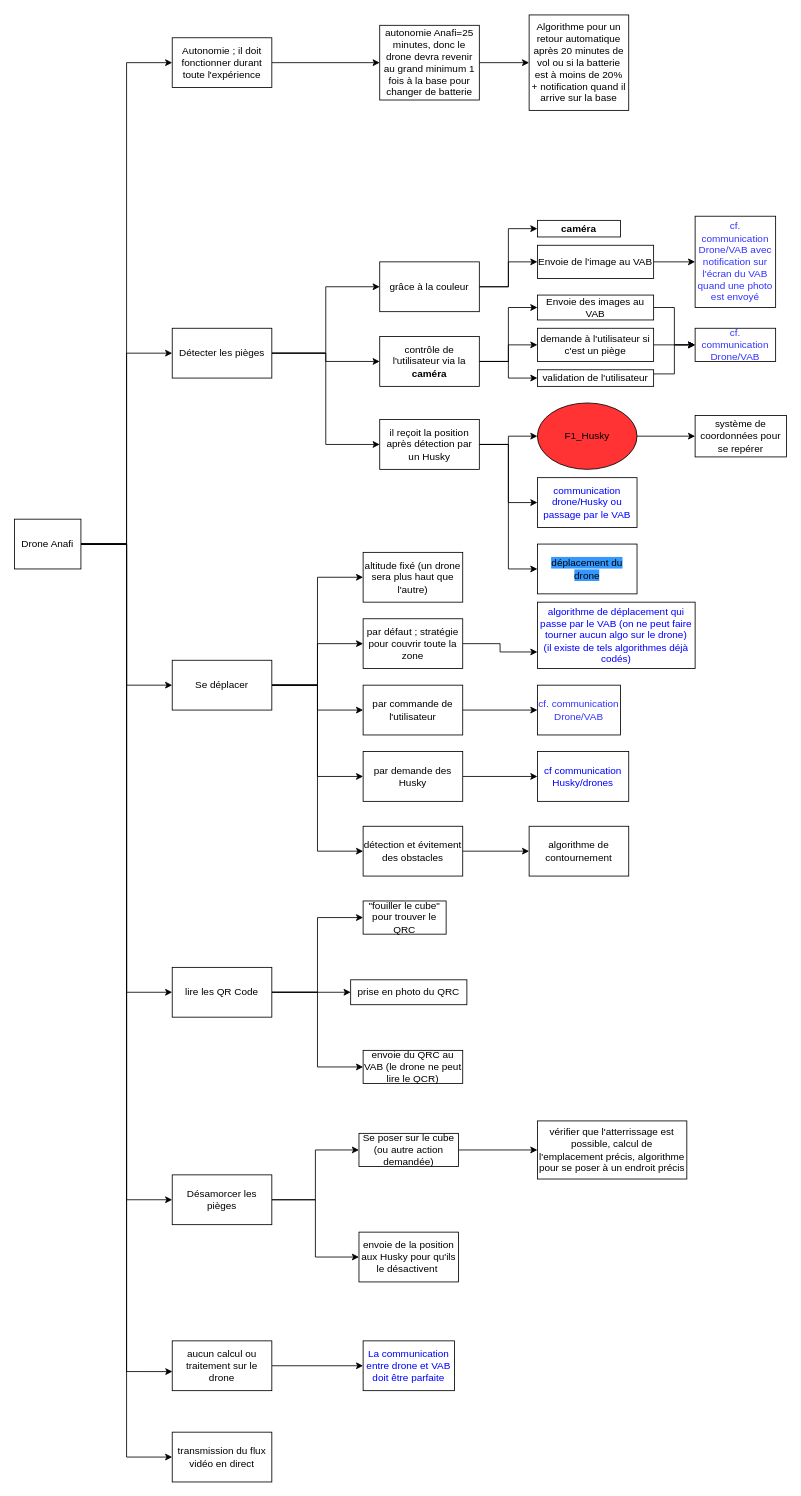
Above: Diagrammes/F42.drawio in annieliu52/CoHoMa (draw.io), before the change. Source tidied: cells renumbered, new cells numbered last; positions are measured from the earlier drawing's top-left corner, leaving out a move shared by most shapes. Both pictures are drawn from the tidied source at 83%, with x=0, y=0 at pixel (14, 14).
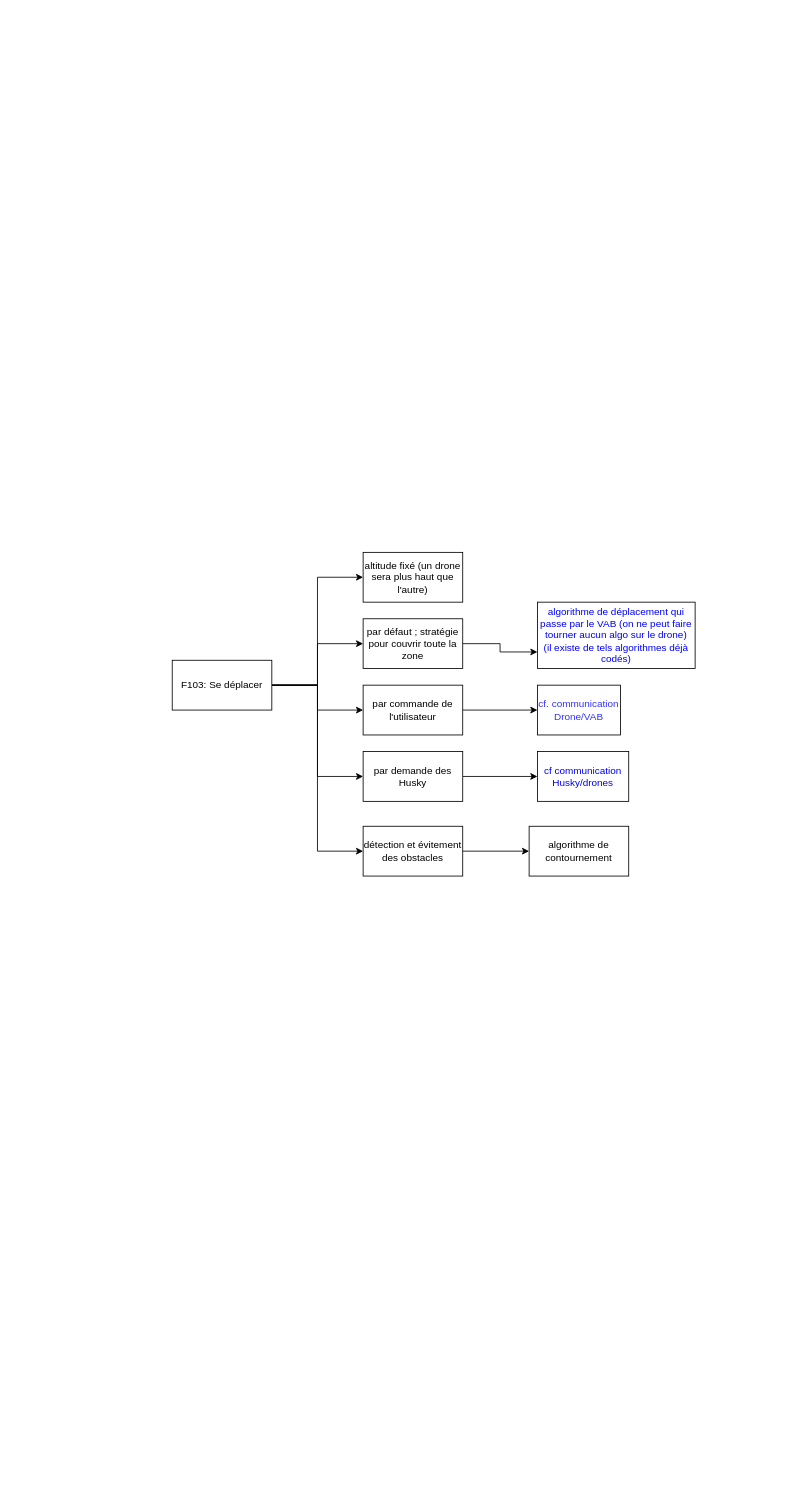
After the change.

Diff of the diagram source:
```diff
@@
-    <mxCell id="2" style="edgeStyle=orthogonalEdgeStyle;rounded=0;jettySize=auto;html=1;exitX=1;exitY=0.5;exitDx=0;exitDy=0;entryX=0;entryY=0.5;entryDx=0;entryDy=0;" parent="1" edge="1" source="5" target="27">
-      <mxGeometry relative="1" as="geometry" />
-    </mxCell>
-    <mxCell id="3" style="edgeStyle=orthogonalEdgeStyle;rounded=0;jettySize=auto;html=1;exitX=1;exitY=0.5;exitDx=0;exitDy=0;entryX=0;entryY=0.5;entryDx=0;entryDy=0;" parent="1" edge="1" source="5" target="31">
-      <mxGeometry relative="1" as="geometry" />
-    </mxCell>
-    <mxCell id="4" style="edgeStyle=orthogonalEdgeStyle;rounded=0;jettySize=auto;html=1;exitX=1;exitY=0.5;exitDx=0;exitDy=0;entryX=0;entryY=0.5;entryDx=0;entryDy=0;" parent="1" edge="1" source="5" target="35">
-      <mxGeometry relative="1" as="geometry" />
-    </mxCell>
-    <mxCell id="5" value="Détecter les pièges" style="rounded=0;whiteSpace=wrap;html=1;" parent="1" vertex="1">
-      <mxGeometry x="190" y="378" width="120" height="60" as="geometry" />
-    </mxCell>
@@
-    <mxCell id="11" value="Se déplacer" style="rounded=0;whiteSpace=wrap;html=1;" parent="1" vertex="1">
+    <mxCell id="11" value="F103: Se déplacer" style="rounded=0;whiteSpace=wrap;html=1;" parent="1" vertex="1">
       <mxGeometry x="190" y="778" width="120" height="60" as="geometry" />
     </mxCell>
-    <mxCell id="12" style="edgeStyle=orthogonalEdgeStyle;rounded=0;jettySize=auto;html=1;exitX=1;exitY=0.5;exitDx=0;exitDy=0;entryX=0;entryY=0.5;entryDx=0;entryDy=0;fontColor=#000000;" parent="1" edge="1" source="14" target="65">
-      <mxGeometry relative="1" as="geometry" />
-    </mxCell>
-    <mxCell id="13" style="edgeStyle=orthogonalEdgeStyle;rounded=0;jettySize=auto;html=1;exitX=1;exitY=0.5;exitDx=0;exitDy=0;entryX=0;entryY=0.5;entryDx=0;entryDy=0;fontColor=#000000;" parent="1" edge="1" source="14" target="67">
-      <mxGeometry relative="1" as="geometry" />
-    </mxCell>
-    <mxCell id="14" value="Désamorcer les pièges" style="rounded=0;whiteSpace=wrap;html=1;" parent="1" vertex="1">
-      <mxGeometry x="190" y="1398" width="120" height="60" as="geometry" />
-    </mxCell>
-    <mxCell id="15" style="edgeStyle=orthogonalEdgeStyle;rounded=0;jettySize=auto;html=1;exitX=1;exitY=0.5;exitDx=0;exitDy=0;entryX=0;entryY=0.5;entryDx=0;entryDy=0;fontColor=#000000;" parent="1" edge="1" source="16" target="69">
-      <mxGeometry relative="1" as="geometry" />
-    </mxCell>
-    <mxCell id="16" value="aucun calcul ou traitement sur le drone" style="rounded=0;whiteSpace=wrap;html=1;" parent="1" vertex="1">
-      <mxGeometry x="190" y="1598" width="120" height="60" as="geometry" />
-    </mxCell>
-    <mxCell id="17" style="edgeStyle=orthogonalEdgeStyle;rounded=0;jettySize=auto;html=1;entryX=0;entryY=0.5;entryDx=0;entryDy=0;" parent="1" edge="1" source="24" target="5">
-      <mxGeometry relative="1" as="geometry" />
-    </mxCell>
-    <mxCell id="18" style="edgeStyle=orthogonalEdgeStyle;rounded=0;jettySize=auto;html=1;exitX=1;exitY=0.5;exitDx=0;exitDy=0;entryX=0;entryY=0.5;entryDx=0;entryDy=0;" parent="1" edge="1" source="24" target="11">
-      <mxGeometry relative="1" as="geometry" />
-    </mxCell>
-    <mxCell id="19" style="edgeStyle=orthogonalEdgeStyle;rounded=0;jettySize=auto;html=1;exitX=1;exitY=0.5;exitDx=0;exitDy=0;entryX=0;entryY=0.5;entryDx=0;entryDy=0;" parent="1" edge="1" source="24" target="14">
-      <mxGeometry relative="1" as="geometry" />
-    </mxCell>
-    <mxCell id="20" style="edgeStyle=orthogonalEdgeStyle;rounded=0;jettySize=auto;html=1;entryX=0.002;entryY=0.617;entryDx=0;entryDy=0;entryPerimeter=0;" parent="1" edge="1" source="24" target="16">
-      <mxGeometry relative="1" as="geometry" />
-    </mxCell>
-    <mxCell id="21" style="edgeStyle=orthogonalEdgeStyle;rounded=0;jettySize=auto;html=1;exitX=1;exitY=0.5;exitDx=0;exitDy=0;entryX=0;entryY=0.5;entryDx=0;entryDy=0;fontColor=#000000;" parent="1" edge="1" source="24" target="61">
-      <mxGeometry relative="1" as="geometry" />
-    </mxCell>
-    <mxCell id="22" style="edgeStyle=orthogonalEdgeStyle;rounded=0;jettySize=auto;html=1;exitX=1;exitY=0.5;exitDx=0;exitDy=0;entryX=0;entryY=0.5;entryDx=0;entryDy=0;" parent="1" edge="1" source="24" target="71">
-      <mxGeometry relative="1" as="geometry" />
-    </mxCell>
-    <mxCell id="23" style="edgeStyle=orthogonalEdgeStyle;rounded=0;jettySize=auto;html=1;exitX=1;exitY=0.5;exitDx=0;exitDy=0;entryX=0;entryY=0.5;entryDx=0;entryDy=0;" parent="1" edge="1" source="24" target="82">
-      <mxGeometry relative="1" as="geometry" />
-    </mxCell>
-    <mxCell id="24" value="Drone Anafi" style="rounded=0;whiteSpace=wrap;html=1;" parent="1" vertex="1">
-      <mxGeometry y="608" width="80" height="60" as="geometry" />
-    </mxCell>
-    <mxCell id="25" style="edgeStyle=orthogonalEdgeStyle;rounded=0;jettySize=auto;html=1;exitX=1;exitY=0.5;exitDx=0;exitDy=0;entryX=0;entryY=0.5;entryDx=0;entryDy=0;fontColor=#000000;" parent="1" edge="1" source="27" target="43">
-      <mxGeometry relative="1" as="geometry" />
-    </mxCell>
-    <mxCell id="26" style="edgeStyle=orthogonalEdgeStyle;rounded=0;jettySize=auto;html=1;exitX=1;exitY=0.5;exitDx=0;exitDy=0;entryX=0;entryY=0.5;entryDx=0;entryDy=0;fontColor=#000000;" parent="1" edge="1" source="27" target="45">
-      <mxGeometry relative="1" as="geometry" />
-    </mxCell>
-    <mxCell id="27" value="grâce à la couleur" style="rounded=0;whiteSpace=wrap;html=1;" parent="1" vertex="1">
-      <mxGeometry x="440" y="298" width="120" height="60" as="geometry" />
-    </mxCell>
-    <mxCell id="28" style="edgeStyle=orthogonalEdgeStyle;rounded=0;jettySize=auto;html=1;exitX=1;exitY=0.5;exitDx=0;exitDy=0;entryX=0;entryY=0.5;entryDx=0;entryDy=0;fontColor=#000000;" parent="1" edge="1" source="31" target="39">
-      <mxGeometry relative="1" as="geometry" />
-    </mxCell>
-    <mxCell id="29" style="edgeStyle=orthogonalEdgeStyle;rounded=0;jettySize=auto;html=1;exitX=1;exitY=0.5;exitDx=0;exitDy=0;entryX=0;entryY=0.5;entryDx=0;entryDy=0;fontColor=#000000;" parent="1" edge="1" source="31" target="41">
-      <mxGeometry relative="1" as="geometry" />
-    </mxCell>
-    <mxCell id="30" style="edgeStyle=orthogonalEdgeStyle;rounded=0;jettySize=auto;html=1;entryX=0;entryY=0.5;entryDx=0;entryDy=0;" parent="1" edge="1" source="31" target="76">
-      <mxGeometry relative="1" as="geometry" />
-    </mxCell>
-    <mxCell id="31" value="contrôle de l'utilisateur via la &lt;b&gt;caméra&lt;/b&gt;" style="rounded=0;whiteSpace=wrap;html=1;" parent="1" vertex="1">
-      <mxGeometry x="440" y="388" width="120" height="60" as="geometry" />
-    </mxCell>
-    <mxCell id="32" style="edgeStyle=orthogonalEdgeStyle;rounded=0;jettySize=auto;html=1;exitX=1;exitY=0.5;exitDx=0;exitDy=0;entryX=0;entryY=0.5;entryDx=0;entryDy=0;fontColor=#FF3333;" parent="1" edge="1" source="35" target="37">
-      <mxGeometry relative="1" as="geometry" />
-    </mxCell>
-    <mxCell id="33" style="edgeStyle=orthogonalEdgeStyle;rounded=0;jettySize=auto;html=1;exitX=1;exitY=0.5;exitDx=0;exitDy=0;entryX=0;entryY=0.5;entryDx=0;entryDy=0;fontColor=#0000FF;" parent="1" edge="1" source="35" target="46">
-      <mxGeometry relative="1" as="geometry" />
-    </mxCell>
-    <mxCell id="34" style="edgeStyle=orthogonalEdgeStyle;rounded=0;jettySize=auto;html=1;exitX=1;exitY=0.5;exitDx=0;exitDy=0;entryX=0;entryY=0.5;entryDx=0;entryDy=0;fontColor=#000000;" parent="1" edge="1" source="35" target="47">
-      <mxGeometry relative="1" as="geometry" />
-    </mxCell>
-    <mxCell id="35" value="il reçoit la position après détection par un Husky" style="rounded=0;whiteSpace=wrap;html=1;" parent="1" vertex="1">
-      <mxGeometry x="440" y="488" width="120" height="60" as="geometry" />
-    </mxCell>
-    <mxCell id="36" style="edgeStyle=orthogonalEdgeStyle;rounded=0;jettySize=auto;html=1;exitX=1;exitY=0.5;exitDx=0;exitDy=0;entryX=0;entryY=0.5;entryDx=0;entryDy=0;fontColor=#000000;" parent="1" edge="1" source="37" target="48">
-      <mxGeometry relative="1" as="geometry" />
-    </mxCell>
-    <mxCell id="37" value="F1_Husky" style="ellipse;whiteSpace=wrap;html=1;fillColor=#FF3333;" parent="1" vertex="1">
-      <mxGeometry x="630" y="468" width="120" height="80" as="geometry" />
-    </mxCell>
-    <mxCell id="38" style="edgeStyle=orthogonalEdgeStyle;rounded=0;jettySize=auto;html=1;exitX=1;exitY=0.5;exitDx=0;exitDy=0;entryX=0;entryY=0.5;entryDx=0;entryDy=0;fontColor=#3333FF;" parent="1" edge="1" source="39" target="42">
-      <mxGeometry relative="1" as="geometry" />
-    </mxCell>
-    <mxCell id="39" value="&lt;font color=&quot;#000000&quot;&gt;demande à l'utilisateur si c'est un piège&lt;/font&gt;" style="rounded=0;whiteSpace=wrap;html=1;fontColor=#FF3333;fillColor=#FFFFFF;" parent="1" vertex="1">
-      <mxGeometry x="630" y="378" width="140" height="40" as="geometry" />
-    </mxCell>
-    <mxCell id="40" style="edgeStyle=orthogonalEdgeStyle;rounded=0;jettySize=auto;html=1;exitX=1;exitY=0.25;exitDx=0;exitDy=0;entryX=0;entryY=0.5;entryDx=0;entryDy=0;" parent="1" edge="1" source="41" target="42">
-      <mxGeometry relative="1" as="geometry" />
-    </mxCell>
-    <mxCell id="41" value="validation de l'utilisateur" style="rounded=0;whiteSpace=wrap;html=1;labelBackgroundColor=none;fontColor=#000000;fillColor=#FFFFFF;" parent="1" vertex="1">
-      <mxGeometry x="630" y="428" width="140" height="20" as="geometry" />
-    </mxCell>
-    <mxCell id="42" value="&lt;font color=&quot;#3333ff&quot;&gt;cf. communication Drone/VAB&lt;/font&gt;" style="rounded=0;whiteSpace=wrap;html=1;labelBackgroundColor=none;fontColor=#000000;fillColor=#FFFFFF;" parent="1" vertex="1">
-      <mxGeometry x="820" y="378" width="97" height="40" as="geometry" />
-    </mxCell>
-    <mxCell id="43" value="&lt;font color=&quot;#000000&quot;&gt;&lt;b&gt;caméra&lt;/b&gt;&lt;/font&gt;" style="rounded=0;whiteSpace=wrap;html=1;labelBackgroundColor=none;fontColor=#3333FF;fillColor=#FFFFFF;" parent="1" vertex="1">
-      <mxGeometry x="630" y="248" width="100" height="20" as="geometry" />
-    </mxCell>
-    <mxCell id="44" style="edgeStyle=orthogonalEdgeStyle;rounded=0;jettySize=auto;html=1;exitX=1;exitY=0.5;exitDx=0;exitDy=0;entryX=0;entryY=0.5;entryDx=0;entryDy=0;" parent="1" edge="1" source="45" target="77">
-      <mxGeometry relative="1" as="geometry" />
-    </mxCell>
-    <mxCell id="45" value="Envoie de l'image au VAB" style="rounded=0;whiteSpace=wrap;html=1;labelBackgroundColor=none;fontColor=#000000;fillColor=#FFFFFF;" parent="1" vertex="1">
-      <mxGeometry x="630" y="278" width="140" height="40" as="geometry" />
-    </mxCell>
-    <mxCell id="46" value="&lt;font color=&quot;#0000ff&quot;&gt;communication drone/Husky ou passage par le VAB&lt;/font&gt;" style="rounded=0;whiteSpace=wrap;html=1;labelBackgroundColor=none;fontColor=#000000;fillColor=#FFFFFF;" parent="1" vertex="1">
-      <mxGeometry x="630" y="558" width="120" height="60" as="geometry" />
-    </mxCell>
-    <mxCell id="47" value="&lt;font color=&quot;#000000&quot; style=&quot;background-color: rgb(51 , 153 , 255)&quot;&gt;déplacement du drone&lt;/font&gt;" style="rounded=0;whiteSpace=wrap;html=1;labelBackgroundColor=none;fontColor=#0000FF;fillColor=#FFFFFF;" parent="1" vertex="1">
-      <mxGeometry x="630" y="638" width="120" height="60" as="geometry" />
-    </mxCell>
-    <mxCell id="48" value="système de coordonnées pour se repérer" style="rounded=0;whiteSpace=wrap;html=1;labelBackgroundColor=none;" parent="1" vertex="1">
-      <mxGeometry x="820" y="483" width="110" height="50" as="geometry" />
-    </mxCell>
@@
-    <mxCell id="58" style="edgeStyle=orthogonalEdgeStyle;rounded=0;jettySize=auto;html=1;exitX=1;exitY=0.5;exitDx=0;exitDy=0;entryX=0;entryY=0.5;entryDx=0;entryDy=0;fontColor=#000000;" parent="1" edge="1" source="61" target="62">
-      <mxGeometry relative="1" as="geometry" />
-    </mxCell>
-    <mxCell id="59" style="edgeStyle=orthogonalEdgeStyle;rounded=0;jettySize=auto;html=1;exitX=1;exitY=0.5;exitDx=0;exitDy=0;entryX=0;entryY=0.5;entryDx=0;entryDy=0;fontColor=#000000;" parent="1" edge="1" source="61" target="63">
-      <mxGeometry relative="1" as="geometry" />
-    </mxCell>
-    <mxCell id="60" style="edgeStyle=orthogonalEdgeStyle;rounded=0;jettySize=auto;html=1;exitX=1;exitY=0.5;exitDx=0;exitDy=0;entryX=0;entryY=0.5;entryDx=0;entryDy=0;fontColor=#000000;" parent="1" edge="1" source="61" target="68">
-      <mxGeometry relative="1" as="geometry" />
-    </mxCell>
-    <mxCell id="61" value="&lt;font color=&quot;#000000&quot;&gt;lire les QR Code&lt;/font&gt;" style="rounded=0;whiteSpace=wrap;html=1;labelBackgroundColor=none;fontColor=#0000FF;strokeColor=#000000;fillColor=default;" parent="1" vertex="1">
-      <mxGeometry x="190" y="1148" width="120" height="60" as="geometry" />
-    </mxCell>
-    <mxCell id="62" value="&quot;fouiller le cube&quot; pour trouver le QRC" style="rounded=0;whiteSpace=wrap;html=1;labelBackgroundColor=none;fontColor=#000000;strokeColor=#000000;fillColor=default;" parent="1" vertex="1">
-      <mxGeometry x="420" y="1068" width="100" height="40" as="geometry" />
-    </mxCell>
-    <mxCell id="63" value="envoie du QRC au VAB (le drone ne peut lire le QCR)" style="rounded=0;whiteSpace=wrap;html=1;labelBackgroundColor=none;fontColor=#000000;strokeColor=#000000;fillColor=default;" parent="1" vertex="1">
-      <mxGeometry x="420" y="1248" width="120" height="40" as="geometry" />
-    </mxCell>
-    <mxCell id="64" style="edgeStyle=orthogonalEdgeStyle;rounded=0;jettySize=auto;html=1;exitX=1;exitY=0.5;exitDx=0;exitDy=0;entryX=0;entryY=0.5;entryDx=0;entryDy=0;fontColor=#000000;" parent="1" edge="1" source="65" target="66">
-      <mxGeometry relative="1" as="geometry" />
-    </mxCell>
-    <mxCell id="65" value="Se poser sur le cube (ou autre action demandée)" style="rounded=0;whiteSpace=wrap;html=1;labelBackgroundColor=none;fontColor=#000000;strokeColor=#000000;fillColor=default;" parent="1" vertex="1">
-      <mxGeometry x="415" y="1348" width="120" height="40" as="geometry" />
-    </mxCell>
-    <mxCell id="66" value="vérifier que l'atterrissage est possible, calcul de l'emplacement précis, algorithme pour se poser à un endroit précis" style="rounded=0;whiteSpace=wrap;html=1;labelBackgroundColor=none;fontColor=#000000;strokeColor=#000000;fillColor=default;" parent="1" vertex="1">
-      <mxGeometry x="630" y="1333" width="180" height="70" as="geometry" />
-    </mxCell>
-    <mxCell id="67" value="envoie de la position aux Husky pour qu'ils le désactivent&amp;nbsp;" style="rounded=0;whiteSpace=wrap;html=1;labelBackgroundColor=none;fontColor=#000000;strokeColor=#000000;fillColor=default;" parent="1" vertex="1">
-      <mxGeometry x="415" y="1467" width="120" height="60" as="geometry" />
-    </mxCell>
-    <mxCell id="68" value="prise en photo du QRC" style="rounded=0;whiteSpace=wrap;html=1;labelBackgroundColor=none;fontColor=#000000;strokeColor=#000000;fillColor=default;" parent="1" vertex="1">
-      <mxGeometry x="405" y="1163" width="140" height="30" as="geometry" />
-    </mxCell>
-    <mxCell id="69" value="&lt;font color=&quot;#0000ff&quot;&gt;La communication entre drone et VAB doit être parfaite&lt;/font&gt;" style="rounded=0;whiteSpace=wrap;html=1;labelBackgroundColor=none;fontColor=#000000;strokeColor=#000000;fillColor=default;" parent="1" vertex="1">
-      <mxGeometry x="420" y="1598" width="110" height="60" as="geometry" />
-    </mxCell>
-    <mxCell id="70" style="edgeStyle=orthogonalEdgeStyle;rounded=0;jettySize=auto;html=1;exitX=1;exitY=0.5;exitDx=0;exitDy=0;" parent="1" edge="1" source="71" target="73">
-      <mxGeometry relative="1" as="geometry" />
-    </mxCell>
-    <mxCell id="71" value="Autonomie ; il doit fonctionner durant toute l'expérience" style="rounded=0;whiteSpace=wrap;html=1;" parent="1" vertex="1">
-      <mxGeometry x="190" y="28" width="120" height="60" as="geometry" />
-    </mxCell>
-    <mxCell id="72" style="edgeStyle=orthogonalEdgeStyle;rounded=0;jettySize=auto;html=1;" parent="1" edge="1" source="73" target="74">
-      <mxGeometry relative="1" as="geometry" />
-    </mxCell>
-    <mxCell id="73" value="autonomie Anafi=25 minutes, donc le drone devra revenir au grand minimum 1 fois à la base pour changer de batterie" style="rounded=0;whiteSpace=wrap;html=1;" parent="1" vertex="1">
-      <mxGeometry x="440" y="13" width="120" height="90" as="geometry" />
-    </mxCell>
-    <mxCell id="74" value="Algorithme pour un retour automatique après 20 minutes de vol ou si la batterie est à moins de 20%&lt;br&gt;+ notification quand il arrive sur la base" style="rounded=0;whiteSpace=wrap;html=1;" parent="1" vertex="1">
-      <mxGeometry x="620" y="0.5" width="120" height="115" as="geometry" />
-    </mxCell>
-    <mxCell id="75" style="edgeStyle=orthogonalEdgeStyle;rounded=0;jettySize=auto;html=1;exitX=1;exitY=0.5;exitDx=0;exitDy=0;entryX=0;entryY=0.5;entryDx=0;entryDy=0;" parent="1" edge="1" source="76" target="42">
-      <mxGeometry relative="1" as="geometry" />
-    </mxCell>
-    <mxCell id="76" value="Envoie des images au VAB" style="rounded=0;whiteSpace=wrap;html=1;" parent="1" vertex="1">
-      <mxGeometry x="630" y="338" width="140" height="30" as="geometry" />
-    </mxCell>
-    <mxCell id="77" value="&lt;font color=&quot;#3333ff&quot;&gt;cf. communication Drone/VAB avec notification sur l'écran du VAB quand une photo est envoyé&lt;/font&gt;" style="rounded=0;whiteSpace=wrap;html=1;labelBackgroundColor=none;fontColor=#000000;fillColor=#FFFFFF;" parent="1" vertex="1">
-      <mxGeometry x="820" y="243" width="97" height="110" as="geometry" />
-    </mxCell>
@@
-    <mxCell id="82" value="transmission du flux vidéo en direct" style="rounded=0;whiteSpace=wrap;html=1;" parent="1" vertex="1">
-      <mxGeometry x="190" y="1708" width="120" height="60" as="geometry" />
-    </mxCell>
```
